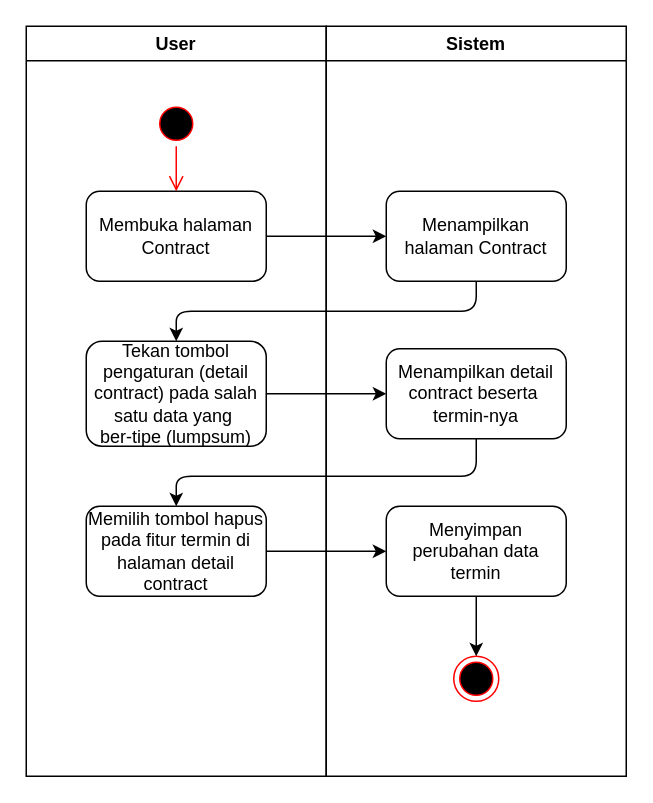
rismanrhz/idms keeps this draw.io diagram as contract/hapustermin.drawio. Above is the earlier version. Source tidied: cells renumbered, new cells numbered last; positions are measured from the earlier drawing's top-left corner, leaving out a move shared by most shapes. Both pictures are drawn from the tidied source at 150%, with x=0, y=0 at pixel (26, 26).
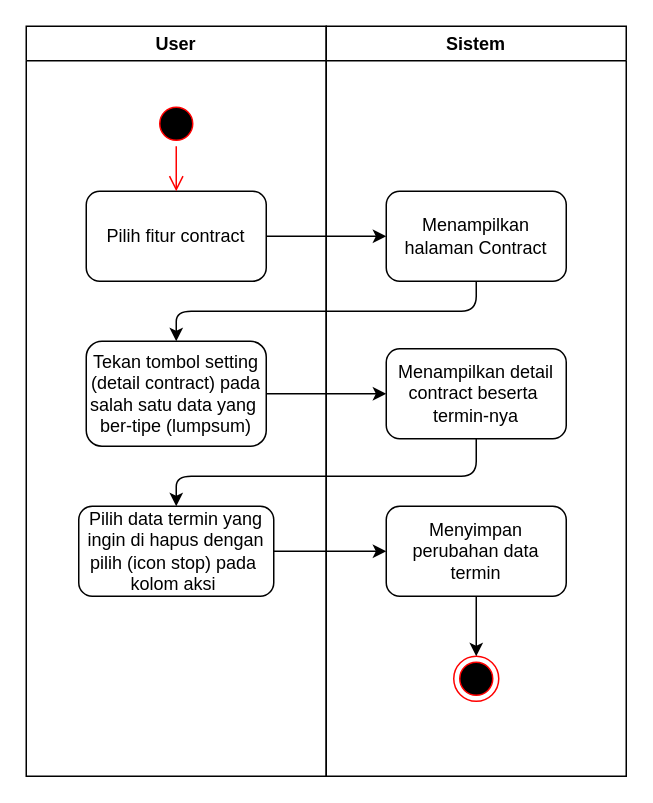
Above is the later version.

The change refers to these unchanged cells:
```xml
<mxCell id="2" value="User" style="swimlane;whiteSpace=wrap;html=1;" parent="1" vertex="1">
  <mxGeometry width="200" height="500" as="geometry" />
</mxCell>
```

The edit, as a diff of the source:
```diff
@@
-    <mxCell id="4" value="Membuka halaman Contract" style="rounded=1;whiteSpace=wrap;html=1;" parent="2" vertex="1">
+    <mxCell id="4" value="Pilih fitur contract" style="rounded=1;whiteSpace=wrap;html=1;" parent="2" vertex="1">
       <mxGeometry x="40" y="110" width="120" height="60" as="geometry" />
     </mxCell>
@@
-    <mxCell id="6" value="Tekan tombol pengaturan (detail contract) pada salah satu data yang&amp;nbsp;&lt;div&gt;ber-tipe (lumpsum)&lt;/div&gt;" style="rounded=1;whiteSpace=wrap;html=1;" parent="2" vertex="1">
+    <mxCell id="6" value="Tekan tombol setting (detail contract) pada salah satu data yang&amp;nbsp;&lt;div&gt;ber-tipe (lumpsum)&lt;/div&gt;" style="rounded=1;whiteSpace=wrap;html=1;" parent="2" vertex="1">
       <mxGeometry x="40" y="210" width="120" height="70" as="geometry" />
     </mxCell>
@@
-    <mxCell id="16" value="Memilih tombol hapus pada fitur termin di halaman detail contract" style="rounded=1;whiteSpace=wrap;html=1;" parent="1" vertex="1">
-      <mxGeometry x="40" y="320" width="120" height="60" as="geometry" />
+    <mxCell id="16" value="&lt;span style=&quot;color: rgb(0, 0, 0);&quot;&gt;Pilih data termin yang ingin di hapus dengan pilih (icon stop) pada&amp;nbsp; kolom aksi&amp;nbsp;&lt;/span&gt;" style="rounded=1;whiteSpace=wrap;html=1;" parent="1" vertex="1">
+      <mxGeometry x="35" y="320" width="130" height="60" as="geometry" />
     </mxCell>
```
